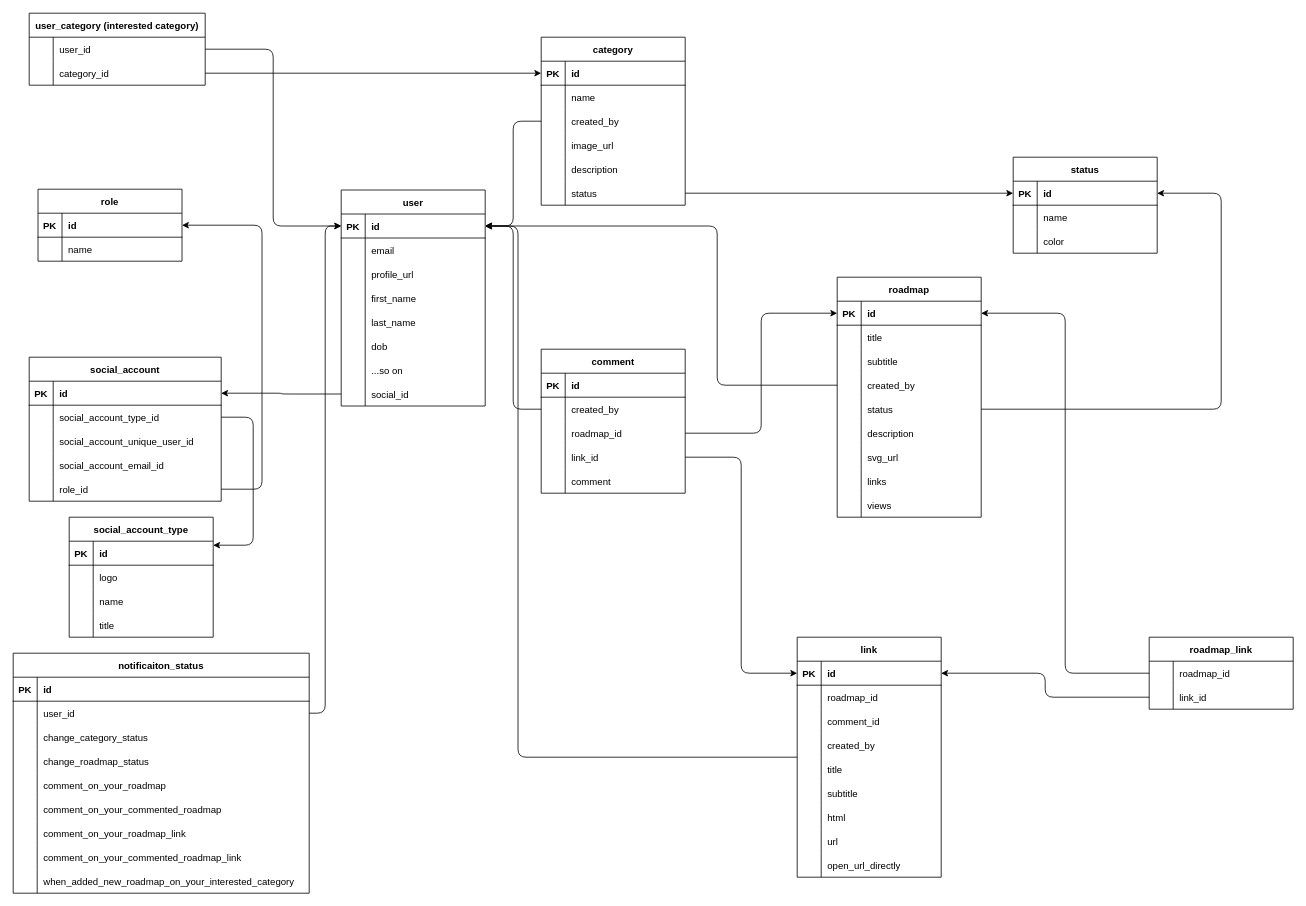
The draw.io diagram docs/architecture/entity-relations.drawio in shakyarahul/starter-nestjs, before the edit. Source tidied: cells renumbered, new cells numbered last; positions are measured from the earlier drawing's top-left corner, leaving out a move shared by most shapes. Both pictures are drawn from the tidied source at 80%, with x=0, y=0 at pixel (13, 13).
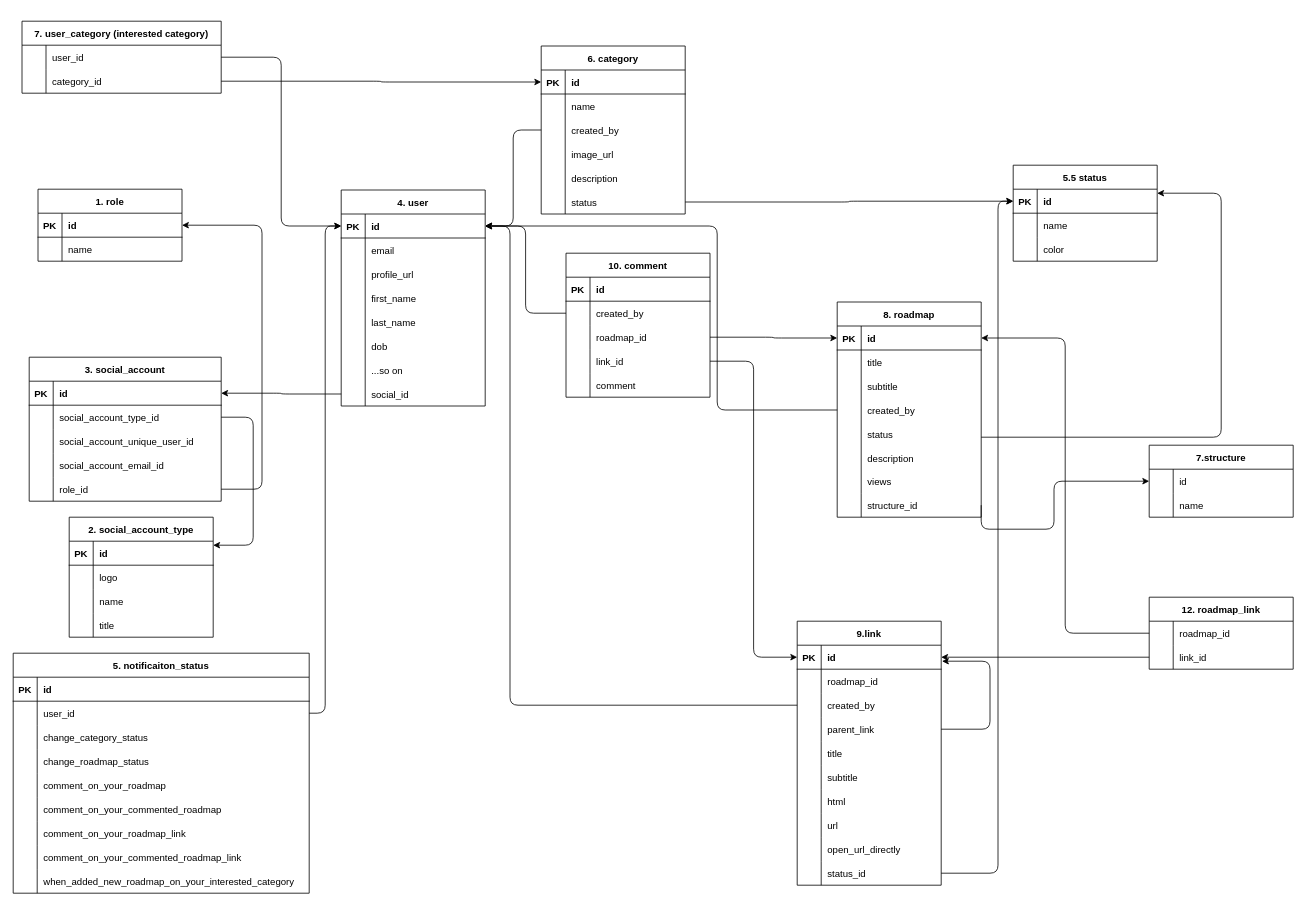
The same diagram, later.

Unchanged cells that the change refers to:
```xml
<mxCell id="3" style="shape=tableRow;horizontal=0;startSize=0;swimlaneHead=0;swimlaneBody=0;fillColor=none;points=[[0,0.5],[1,0.5]];portConstraint=eastwest;top=0;left=0;right=0;bottom=1;" parent="2" vertex="1">
  <mxGeometry y="30" width="180" height="30" as="geometry" />
</mxCell>
<mxCell id="95" style="shape=tableRow;horizontal=0;startSize=0;swimlaneHead=0;swimlaneBody=0;fillColor=none;points=[[0,0.5],[1,0.5]];portConstraint=eastwest;top=0;left=0;right=0;bottom=0;" parent="85" vertex="1">
  <mxGeometry y="120" width="180" height="30" as="geometry" />
</mxCell>
<mxCell id="98" style="shape=tableRow;horizontal=0;startSize=0;swimlaneHead=0;swimlaneBody=0;fillColor=none;points=[[0,0.5],[1,0.5]];portConstraint=eastwest;top=0;left=0;right=0;bottom=0;" parent="85" vertex="1">
  <mxGeometry y="150" width="180" height="30" as="geometry" />
</mxCell>
<mxCell id="169" style="shape=tableRow;horizontal=0;startSize=0;swimlaneHead=0;swimlaneBody=0;fillColor=none;points=[[0,0.5],[1,0.5]];portConstraint=eastwest;top=0;left=0;right=0;bottom=1;" parent="168" vertex="1">
  <mxGeometry y="30" width="180" height="30" as="geometry" />
</mxCell>
```

The edit, as a diff of the source:
```diff
@@
-    <mxCell id="2" value="user" style="shape=table;startSize=30;childLayout=tableLayout;rowLines=0;fontStyle=1;align=center;" parent="1" vertex="1">
+    <mxCell id="2" value="4. user" style="shape=table;startSize=30;childLayout=tableLayout;rowLines=0;fontStyle=1;align=center;" parent="1" vertex="1">
       <mxGeometry x="410" y="221" width="180" height="270" as="geometry" />
     </mxCell>
@@
-    <mxCell id="27" value="social_account_type" style="shape=table;startSize=30;childLayout=tableLayout;rowLines=0;fontStyle=1;align=center;" parent="1" vertex="1">
+    <mxCell id="27" value="2. social_account_type" style="shape=table;startSize=30;childLayout=tableLayout;rowLines=0;fontStyle=1;align=center;" parent="1" vertex="1">
       <mxGeometry x="70" y="630" width="180" height="150" as="geometry" />
     </mxCell>
@@
-    <mxCell id="40" value="social_account" style="shape=table;startSize=30;childLayout=tableLayout;rowLines=0;fontStyle=1;align=center;" parent="1" vertex="1">
+    <mxCell id="40" value="3. social_account" style="shape=table;startSize=30;childLayout=tableLayout;rowLines=0;fontStyle=1;align=center;" parent="1" vertex="1">
       <mxGeometry x="20" y="430" width="240" height="180" as="geometry" />
     </mxCell>
@@
-    <mxCell id="57" value="category" style="shape=table;startSize=30;childLayout=tableLayout;rowLines=0;fontStyle=1;align=center;" parent="1" vertex="1">
-      <mxGeometry x="660" y="30" width="180" height="210" as="geometry" />
+    <mxCell id="57" value="6. category" style="shape=table;startSize=30;childLayout=tableLayout;rowLines=0;fontStyle=1;align=center;" parent="1" vertex="1">
+      <mxGeometry x="660" y="41" width="180" height="210" as="geometry" />
     </mxCell>
@@
-    <mxCell id="76" value="user_category (interested category)" style="shape=table;startSize=30;childLayout=tableLayout;rowLines=0;fontStyle=1;align=center;" parent="1" vertex="1">
-      <mxGeometry x="20" width="220" height="90" as="geometry" />
+    <mxCell id="76" value="7. user_category (interested category)" style="shape=table;startSize=30;childLayout=tableLayout;rowLines=0;fontStyle=1;align=center;" parent="1" vertex="1">
+      <mxGeometry x="11" y="10" width="249" height="90" as="geometry" />
     </mxCell>
     <mxCell id="77" style="shape=tableRow;horizontal=0;startSize=0;swimlaneHead=0;swimlaneBody=0;fillColor=none;points=[[0,0.5],[1,0.5]];portConstraint=eastwest;top=0;left=0;right=0;bottom=0;" parent="76" vertex="1">
-      <mxGeometry y="30" width="220" height="30" as="geometry" />
+      <mxGeometry y="30" width="249" height="30" as="geometry" />
     </mxCell>
@@
     <mxCell id="79" value="user_id" style="shape=partialRectangle;fillColor=none;top=0;left=0;bottom=0;right=0;align=left;spacingLeft=6;overflow=hidden;" parent="77" vertex="1">
-      <mxGeometry x="30" width="190" height="30" as="geometry" />
+      <mxGeometry x="30" width="219" height="30" as="geometry" />
     </mxCell>
     <mxCell id="80" style="shape=tableRow;horizontal=0;startSize=0;swimlaneHead=0;swimlaneBody=0;fillColor=none;points=[[0,0.5],[1,0.5]];portConstraint=eastwest;top=0;left=0;right=0;bottom=0;" parent="76" vertex="1">
-      <mxGeometry y="60" width="220" height="30" as="geometry" />
+      <mxGeometry y="60" width="249" height="30" as="geometry" />
     </mxCell>
@@
     <mxCell id="82" value="category_id" style="shape=partialRectangle;fillColor=none;top=0;left=0;bottom=0;right=0;align=left;spacingLeft=6;overflow=hidden;" parent="80" vertex="1">
-      <mxGeometry x="30" width="190" height="30" as="geometry" />
+      <mxGeometry x="30" width="219" height="30" as="geometry" />
     </mxCell>
@@
-    <mxCell id="85" value="roadmap" style="shape=table;startSize=30;childLayout=tableLayout;rowLines=0;fontStyle=1;align=center;" parent="1" vertex="1">
-      <mxGeometry x="1030" y="330" width="180" height="300" as="geometry" />
+    <mxCell id="85" value="8. roadmap" style="shape=table;startSize=30;childLayout=tableLayout;rowLines=0;fontStyle=1;align=center;" parent="1" vertex="1">
+      <mxGeometry x="1030" y="361" width="180" height="269" as="geometry" />
     </mxCell>
@@
-    <mxCell id="104" style="shape=tableRow;horizontal=0;startSize=0;swimlaneHead=0;swimlaneBody=0;fillColor=none;top=0;left=0;right=0;bottom=0;" parent="85" vertex="1">
-      <mxGeometry y="210" width="180" height="30" as="geometry" />
-    </mxCell>
-    <mxCell id="105" style="shape=partialRectangle;fillColor=none;top=0;left=0;bottom=0;right=0;overflow=hidden;" parent="104" vertex="1">
-      <mxGeometry width="30" height="30" as="geometry" />
-    </mxCell>
-    <mxCell id="106" value="svg_url" style="shape=partialRectangle;fillColor=none;top=0;left=0;bottom=0;right=0;align=left;spacingLeft=6;overflow=hidden;" parent="104" vertex="1">
-      <mxGeometry x="30" width="150" height="30" as="geometry" />
-    </mxCell>
-    <mxCell id="107" style="shape=tableRow;horizontal=0;startSize=0;swimlaneHead=0;swimlaneBody=0;fillColor=none;top=0;left=0;right=0;bottom=0;" parent="85" vertex="1">
-      <mxGeometry y="240" width="180" height="30" as="geometry" />
-    </mxCell>
-    <mxCell id="108" style="shape=partialRectangle;fillColor=none;top=0;left=0;bottom=0;right=0;overflow=hidden;" parent="107" vertex="1">
-      <mxGeometry width="30" height="30" as="geometry" />
-    </mxCell>
-    <mxCell id="109" value="links" style="shape=partialRectangle;fillColor=none;top=0;left=0;bottom=0;right=0;align=left;spacingLeft=6;overflow=hidden;" parent="107" vertex="1">
-      <mxGeometry x="30" width="150" height="30" as="geometry" />
-    </mxCell>
     <mxCell id="110" style="shape=tableRow;horizontal=0;startSize=0;swimlaneHead=0;swimlaneBody=0;fillColor=none;top=0;left=0;right=0;bottom=0;" parent="85" vertex="1">
-      <mxGeometry y="270" width="180" height="30" as="geometry" />
+      <mxGeometry y="210" width="180" height="29" as="geometry" />
     </mxCell>
     <mxCell id="111" style="shape=partialRectangle;fillColor=none;top=0;left=0;bottom=0;right=0;overflow=hidden;" parent="110" vertex="1">
-      <mxGeometry width="30" height="30" as="geometry" />
+      <mxGeometry width="30" height="29" as="geometry" />
     </mxCell>
     <mxCell id="112" value="views" style="shape=partialRectangle;fillColor=none;top=0;left=0;bottom=0;right=0;align=left;spacingLeft=6;overflow=hidden;" parent="110" vertex="1">
-      <mxGeometry x="30" width="150" height="30" as="geometry" />
+      <mxGeometry x="30" width="150" height="29" as="geometry" />
     </mxCell>
+    <mxCell id="222" style="shape=tableRow;horizontal=0;startSize=0;swimlaneHead=0;swimlaneBody=0;fillColor=none;points=[[0,0.5],[1,0.5]];portConstraint=eastwest;top=0;left=0;right=0;bottom=0;" parent="85" vertex="1">
+      <mxGeometry y="239" width="180" height="30" as="geometry" />
+    </mxCell>
+    <mxCell id="223" style="shape=partialRectangle;fillColor=none;top=0;left=0;bottom=0;right=0;overflow=hidden;" parent="222" vertex="1">
+      <mxGeometry width="30" height="30" as="geometry" />
+    </mxCell>
+    <mxCell id="224" value="structure_id" style="shape=partialRectangle;fillColor=none;top=0;left=0;bottom=0;right=0;align=left;spacingLeft=6;overflow=hidden;" parent="222" vertex="1">
+      <mxGeometry x="30" width="150" height="30" as="geometry" />
+    </mxCell>
-    <mxCell id="113" value="comment" style="shape=table;startSize=30;childLayout=tableLayout;rowLines=0;fontStyle=1;align=center;" parent="1" vertex="1">
-      <mxGeometry x="660" y="420" width="180" height="180" as="geometry" />
+    <mxCell id="113" value="10. comment" style="shape=table;startSize=30;childLayout=tableLayout;rowLines=0;fontStyle=1;align=center;" parent="1" vertex="1">
+      <mxGeometry x="691" y="300" width="180" height="180" as="geometry" />
     </mxCell>
@@
-    <mxCell id="129" value="link" style="shape=table;startSize=30;childLayout=tableLayout;rowLines=0;fontStyle=1;align=center;" parent="1" vertex="1">
-      <mxGeometry x="980" y="780" width="180" height="300" as="geometry" />
+    <mxCell id="129" value="9.link" style="shape=table;startSize=30;childLayout=tableLayout;rowLines=0;fontStyle=1;align=center;" parent="1" vertex="1">
+      <mxGeometry x="980" y="760" width="180" height="330" as="geometry" />
     </mxCell>
@@
-    <mxCell id="136" style="shape=tableRow;horizontal=0;startSize=0;swimlaneHead=0;swimlaneBody=0;fillColor=none;top=0;left=0;right=0;bottom=0;" parent="129" vertex="1">
-      <mxGeometry y="90" width="180" height="30" as="geometry" />
-    </mxCell>
-    <mxCell id="137" style="shape=partialRectangle;fillColor=none;top=0;left=0;bottom=0;right=0;overflow=hidden;" parent="136" vertex="1">
-      <mxGeometry width="30" height="30" as="geometry" />
-    </mxCell>
-    <mxCell id="138" value="comment_id" style="shape=partialRectangle;fillColor=none;top=0;left=0;bottom=0;right=0;align=left;spacingLeft=6;overflow=hidden;" parent="136" vertex="1">
-      <mxGeometry x="30" width="150" height="30" as="geometry" />
-    </mxCell>
     <mxCell id="139" style="shape=tableRow;horizontal=0;startSize=0;swimlaneHead=0;swimlaneBody=0;fillColor=none;points=[[0,0.5],[1,0.5]];portConstraint=eastwest;top=0;left=0;right=0;bottom=0;" parent="129" vertex="1">
-      <mxGeometry y="120" width="180" height="30" as="geometry" />
+      <mxGeometry y="90" width="180" height="30" as="geometry" />
     </mxCell>
@@
+    <mxCell id="225" style="edgeStyle=orthogonalEdgeStyle;html=1;" parent="129" edge="1" source="226">
+      <mxGeometry relative="1" as="geometry">
+        <mxPoint x="181" y="50" as="targetPoint" />
+        <Array as="points">
+          <mxPoint x="241" y="135" />
+          <mxPoint x="241" y="50" />
+        </Array>
+      </mxGeometry>
+    </mxCell>
+    <mxCell id="226" style="shape=tableRow;horizontal=0;startSize=0;swimlaneHead=0;swimlaneBody=0;fillColor=none;points=[[0,0.5],[1,0.5]];portConstraint=eastwest;top=0;left=0;right=0;bottom=0;" parent="129" vertex="1">
+      <mxGeometry y="120" width="180" height="30" as="geometry" />
+    </mxCell>
+    <mxCell id="227" style="shape=partialRectangle;fillColor=none;top=0;left=0;bottom=0;right=0;overflow=hidden;" parent="226" vertex="1">
+      <mxGeometry width="30" height="30" as="geometry" />
+    </mxCell>
+    <mxCell id="228" value="parent_link" style="shape=partialRectangle;fillColor=none;top=0;left=0;bottom=0;right=0;align=left;spacingLeft=6;overflow=hidden;" parent="226" vertex="1">
+      <mxGeometry x="30" width="150" height="30" as="geometry" />
+    </mxCell>
@@
+    <mxCell id="229" style="shape=tableRow;horizontal=0;startSize=0;swimlaneHead=0;swimlaneBody=0;fillColor=none;points=[[0,0.5],[1,0.5]];portConstraint=eastwest;top=0;left=0;right=0;bottom=0;" parent="129" vertex="1">
+      <mxGeometry y="300" width="180" height="30" as="geometry" />
+    </mxCell>
+    <mxCell id="230" style="shape=partialRectangle;fillColor=none;top=0;left=0;bottom=0;right=0;overflow=hidden;" parent="229" vertex="1">
+      <mxGeometry width="30" height="30" as="geometry" />
+    </mxCell>
+    <mxCell id="231" value="status_id" style="shape=partialRectangle;fillColor=none;top=0;left=0;bottom=0;right=0;align=left;spacingLeft=6;overflow=hidden;" parent="229" vertex="1">
+      <mxGeometry x="30" width="150" height="30" as="geometry" />
+    </mxCell>
-    <mxCell id="157" value="roadmap_link" style="shape=table;startSize=30;childLayout=tableLayout;rowLines=0;fontStyle=1;align=center;" parent="1" vertex="1">
-      <mxGeometry x="1420" y="780" width="180" height="90" as="geometry" />
+    <mxCell id="157" value="12. roadmap_link" style="shape=table;startSize=30;childLayout=tableLayout;rowLines=0;fontStyle=1;align=center;" parent="1" vertex="1">
+      <mxGeometry x="1420" y="730" width="180" height="90" as="geometry" />
     </mxCell>
@@
-    <mxCell id="168" value="status" style="shape=table;startSize=30;childLayout=tableLayout;rowLines=0;fontStyle=1;align=center;" parent="1" vertex="1">
-      <mxGeometry x="1250" y="180" width="180" height="120" as="geometry" />
+    <mxCell id="168" value="5.5 status" style="shape=table;startSize=30;childLayout=tableLayout;rowLines=0;fontStyle=1;align=center;" parent="1" vertex="1">
+      <mxGeometry x="1250" y="190" width="180" height="120" as="geometry" />
     </mxCell>
@@
     <mxCell id="178" style="edgeStyle=orthogonalEdgeStyle;html=1;" parent="1" edge="1" source="98" target="169">
       <mxGeometry relative="1" as="geometry">
         <Array as="points">
-          <mxPoint x="1510" y="495" />
+          <mxPoint x="1510" y="530" />
           <mxPoint x="1510" y="225" />
         </Array>
       </mxGeometry>
     </mxCell>
@@
-    <mxCell id="180" value="notificaiton_status" style="shape=table;startSize=30;childLayout=tableLayout;rowLines=0;fontStyle=1;align=center;" parent="1" vertex="1">
+    <mxCell id="180" value="5. notificaiton_status" style="shape=table;startSize=30;childLayout=tableLayout;rowLines=0;fontStyle=1;align=center;" parent="1" vertex="1">
       <mxGeometry y="800" width="370" height="300" as="geometry" />
     </mxCell>
@@
     <mxCell id="209" style="edgeStyle=orthogonalEdgeStyle;html=1;" parent="1" edge="1" source="95" target="3">
       <mxGeometry relative="1" as="geometry">
         <Array as="points">
-          <mxPoint x="880" y="465" />
+          <mxPoint x="880" y="496" />
           <mxPoint x="880" y="266" />
         </Array>
       </mxGeometry>
     </mxCell>
@@
     <mxCell id="213" style="edgeStyle=orthogonalEdgeStyle;html=1;" parent="1" edge="1" source="139" target="3">
       <mxGeometry relative="1" as="geometry">
         <Array as="points">
-          <mxPoint x="631" y="930" />
-          <mxPoint x="631" y="266" />
+          <mxPoint x="621" y="865" />
+          <mxPoint x="621" y="266" />
         </Array>
       </mxGeometry>
     </mxCell>
-    <mxCell id="214" value="role" style="shape=table;startSize=30;childLayout=tableLayout;rowLines=0;fontStyle=1;align=center;" parent="1" vertex="1">
+    <mxCell id="214" value="1. role" style="shape=table;startSize=30;childLayout=tableLayout;rowLines=0;fontStyle=1;align=center;" parent="1" vertex="1">
       <mxGeometry x="31" y="220" width="180" height="90" as="geometry" />
     </mxCell>
@@
+    <mxCell id="232" value="7.structure" style="shape=table;startSize=30;childLayout=tableLayout;rowLines=0;fontStyle=1;align=center;" parent="1" vertex="1">
+      <mxGeometry x="1420" y="540" width="180" height="90" as="geometry" />
+    </mxCell>
+    <mxCell id="233" style="shape=tableRow;horizontal=0;startSize=0;swimlaneHead=0;swimlaneBody=0;fillColor=none;points=[[0,0.5],[1,0.5]];portConstraint=eastwest;top=0;left=0;right=0;bottom=0;" parent="232" vertex="1">
+      <mxGeometry y="30" width="180" height="30" as="geometry" />
+    </mxCell>
+    <mxCell id="234" style="shape=partialRectangle;fillColor=none;top=0;left=0;bottom=0;right=0;overflow=hidden;" parent="233" vertex="1">
+      <mxGeometry width="30" height="30" as="geometry" />
+    </mxCell>
+    <mxCell id="235" value="id" style="shape=partialRectangle;fillColor=none;top=0;left=0;bottom=0;right=0;align=left;spacingLeft=6;overflow=hidden;" parent="233" vertex="1">
+      <mxGeometry x="30" width="150" height="30" as="geometry" />
+    </mxCell>
+    <mxCell id="236" style="shape=tableRow;horizontal=0;startSize=0;swimlaneHead=0;swimlaneBody=0;fillColor=none;top=0;left=0;right=0;bottom=0;" parent="232" vertex="1">
+      <mxGeometry y="60" width="180" height="30" as="geometry" />
+    </mxCell>
+    <mxCell id="237" style="shape=partialRectangle;fillColor=none;top=0;left=0;bottom=0;right=0;overflow=hidden;" parent="236" vertex="1">
+      <mxGeometry width="30" height="30" as="geometry" />
+    </mxCell>
+    <mxCell id="238" value="name" style="shape=partialRectangle;fillColor=none;top=0;left=0;bottom=0;right=0;align=left;spacingLeft=6;overflow=hidden;" parent="236" vertex="1">
+      <mxGeometry x="30" width="150" height="30" as="geometry" />
+    </mxCell>
+    <mxCell id="239" style="edgeStyle=orthogonalEdgeStyle;html=1;entryX=0;entryY=0.5;entryDx=0;entryDy=0;exitX=1;exitY=0.5;exitDx=0;exitDy=0;" parent="1" edge="1" source="222" target="233">
+      <mxGeometry relative="1" as="geometry">
+        <Array as="points">
+          <mxPoint x="1301" y="645" />
+          <mxPoint x="1301" y="585" />
+        </Array>
+      </mxGeometry>
+    </mxCell>
+    <mxCell id="240" style="edgeStyle=orthogonalEdgeStyle;html=1;" parent="1" edge="1" source="229" target="169">
+      <mxGeometry relative="1" as="geometry">
+        <Array as="points">
+          <mxPoint x="1231" y="1075" />
+          <mxPoint x="1231" y="235" />
+        </Array>
+      </mxGeometry>
+    </mxCell>
```
